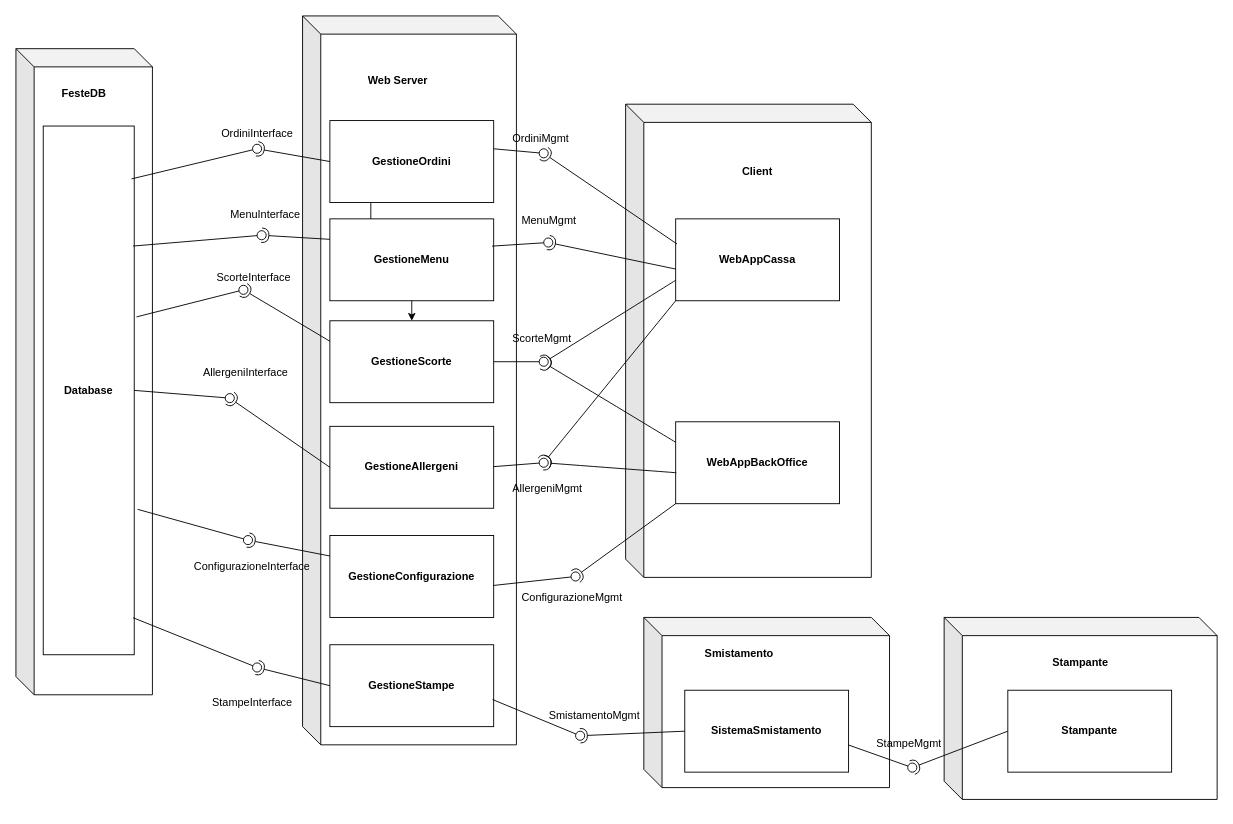
TomasoniFrancesco/Progetto-PAC keeps this draw.io diagram as ITERAZIONE_2/DIAGRAMMI/UML_Deployment_Diagram.drawio. Above is the earlier version. Source tidied: cells renumbered, new cells numbered last; positions are measured from the earlier drawing's top-left corner, leaving out a move shared by most shapes. Both pictures are drawn from the tidied source at 91%, with x=0, y=0 at pixel (15, 15).
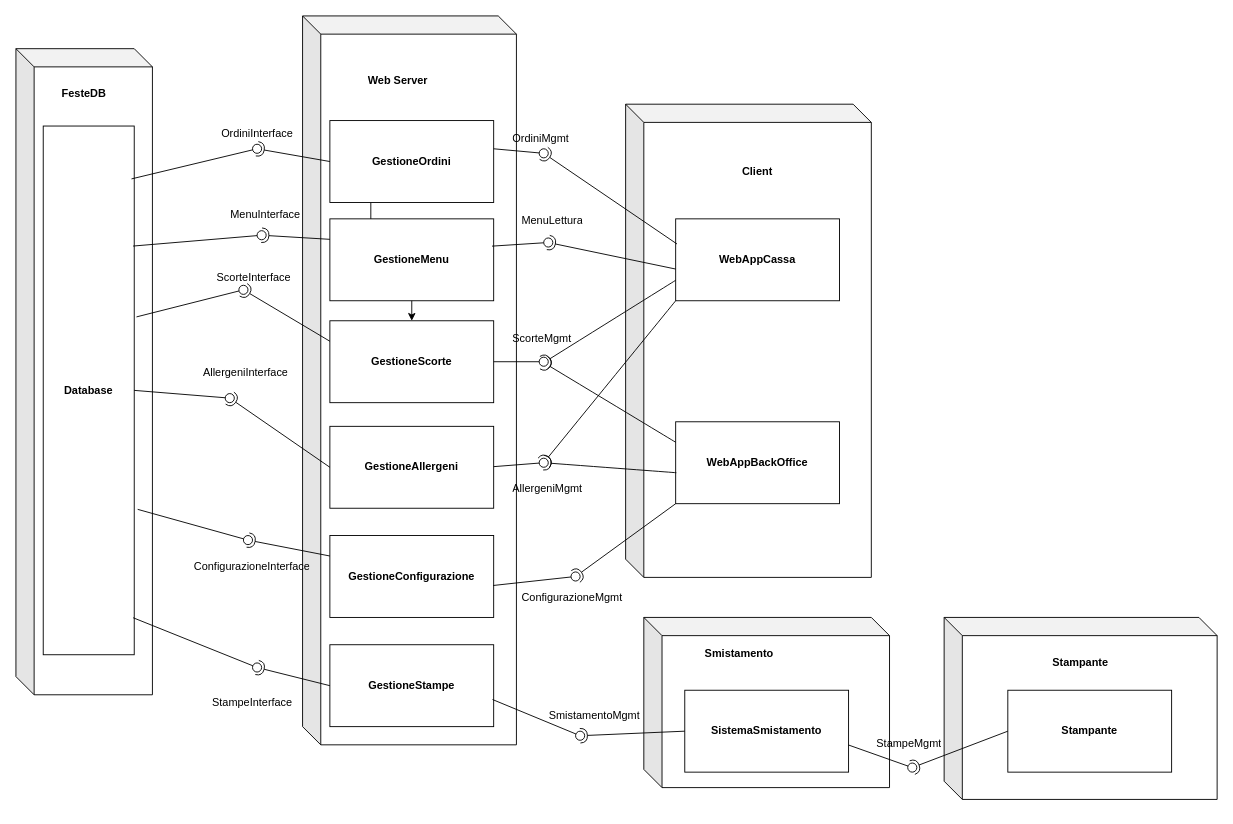
Above is the later version.

What changed in the source:
```diff
@@
-    <mxCell id="44" value="MenuMgmt&lt;div&gt;&lt;br&gt;&lt;/div&gt;" style="text;strokeColor=none;fillColor=none;align=left;verticalAlign=top;spacingLeft=4;spacingRight=4;overflow=hidden;whiteSpace=wrap;html=1;" parent="1" vertex="1">
+    <mxCell id="44" value="MenuLettura&lt;div&gt;&lt;br&gt;&lt;/div&gt;" style="text;strokeColor=none;fillColor=none;align=left;verticalAlign=top;spacingLeft=4;spacingRight=4;overflow=hidden;whiteSpace=wrap;html=1;" parent="1" vertex="1">
       <mxGeometry x="550" y="211" width="100" height="26" as="geometry" />
     </mxCell>
```
